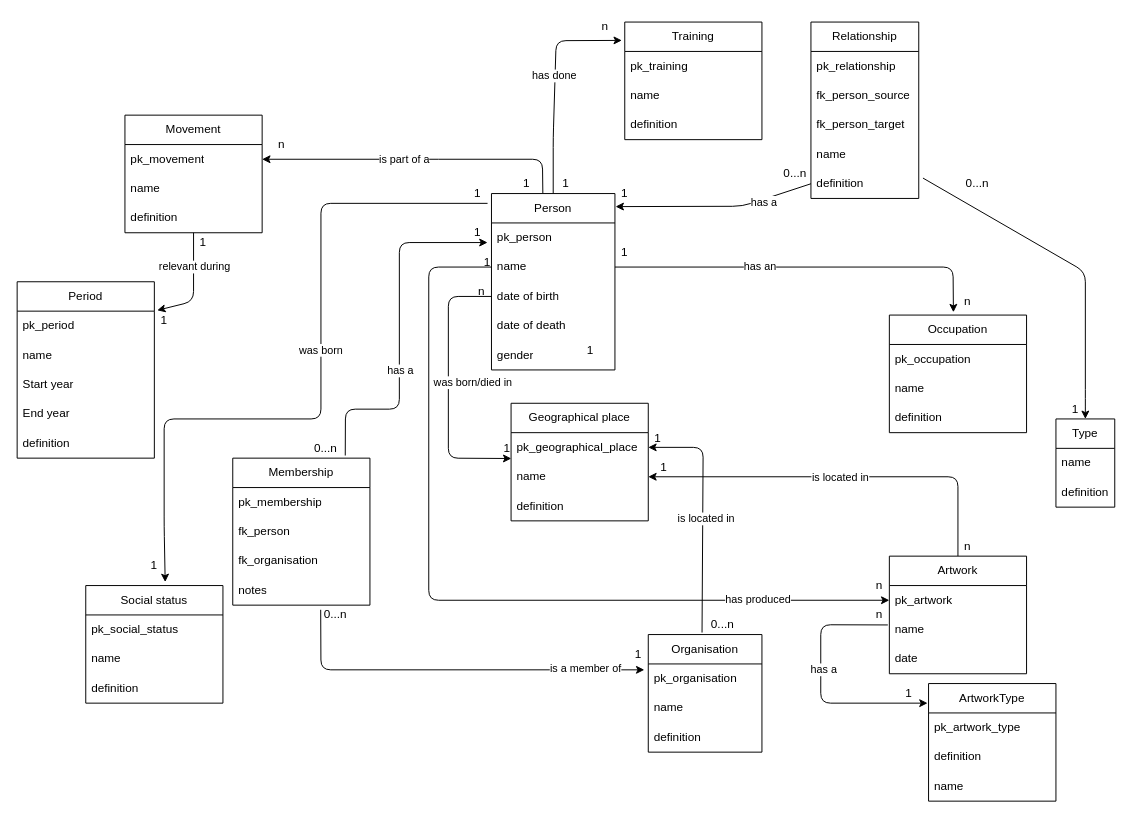
Above: MCD_italian_painters.drawio in murronj/list_of_italian_painters (draw.io), before the change. Source tidied: cells renumbered, new cells numbered last; positions are measured from the earlier drawing's top-left corner, leaving out a move shared by most shapes. Both pictures are drawn from the tidied source at 98%, with x=0, y=0 at pixel (17, 17).
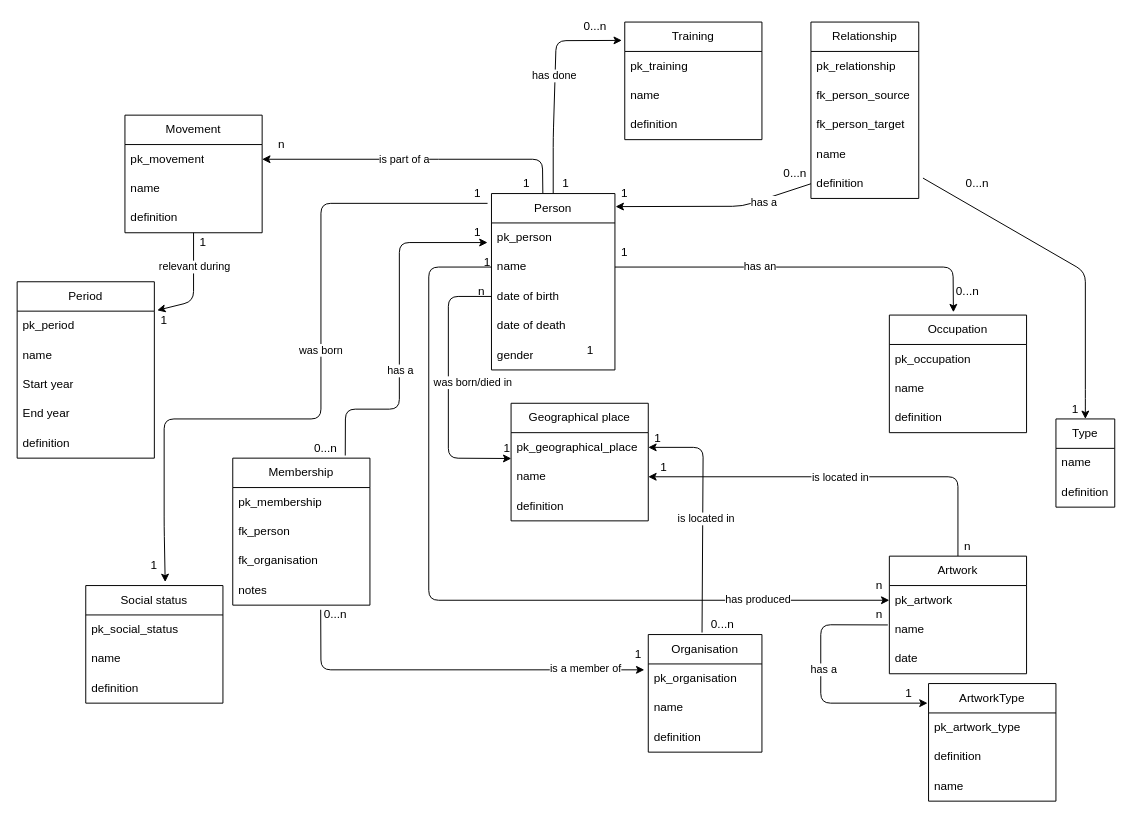
After the change.

Change to the diagram source:
```diff
@@
-    <mxCell id="63" value="n" style="text;html=1;align=center;verticalAlign=middle;whiteSpace=wrap;rounded=0;" parent="1" vertex="1">
+    <mxCell id="63" style="text;html=1;align=center;verticalAlign=middle;whiteSpace=wrap;rounded=0;" parent="1" vertex="1">
       <mxGeometry x="590" width="20" height="20" as="geometry" />
     </mxCell>
-    <mxCell id="64" value="n" style="text;html=1;align=center;verticalAlign=middle;whiteSpace=wrap;rounded=0;" parent="1" vertex="1">
-      <mxGeometry x="960" y="280" width="20" height="20" as="geometry" />
-    </mxCell>
@@
+    <mxCell id="116" value="0...n" style="text;html=1;align=center;verticalAlign=middle;whiteSpace=wrap;rounded=0;" parent="1" vertex="1">
+      <mxGeometry x="580" width="20" height="20" as="geometry" />
+    </mxCell>
+    <mxCell id="117" value="0...n" style="text;html=1;align=center;verticalAlign=middle;whiteSpace=wrap;rounded=0;" parent="1" vertex="1">
+      <mxGeometry x="960" y="270" width="20" height="20" as="geometry" />
+    </mxCell>
```
